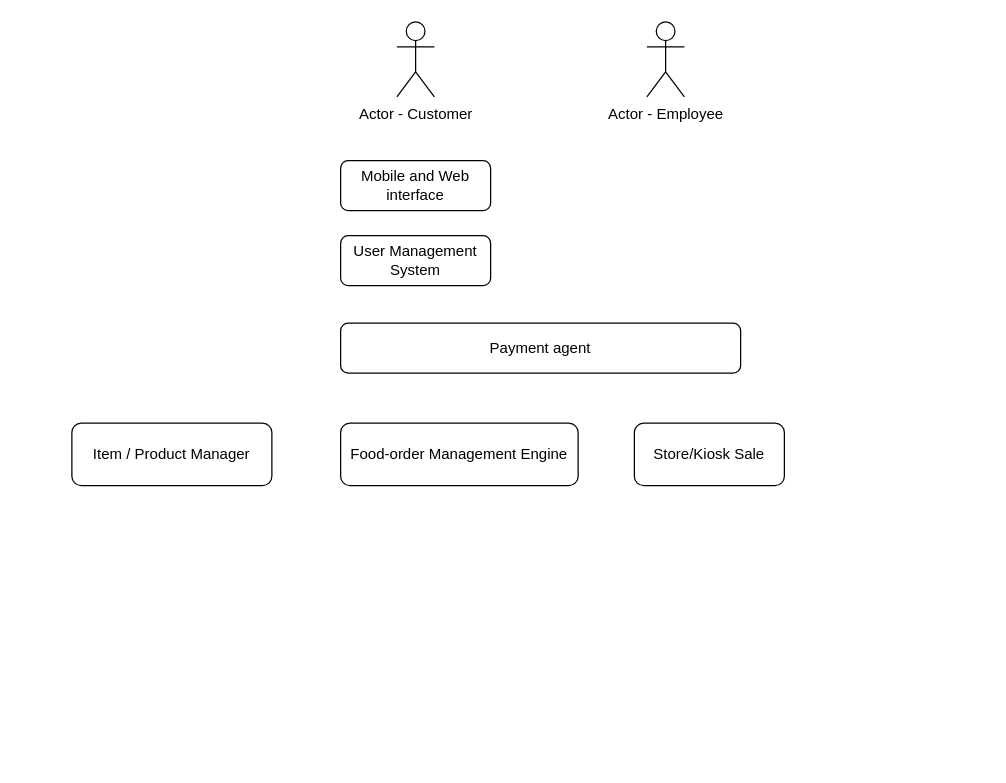
The draw.io diagram Farmacy_High_Level_Workflow.drawio in techstarskatas/sparklingstarskatas, before the edit. Source tidied: cells renumbered, new cells numbered last; positions are measured from the earlier drawing's top-left corner, leaving out a move shared by most shapes. Both pictures are drawn from the tidied source at 125%, with x=0, y=0 at pixel (71, 21).
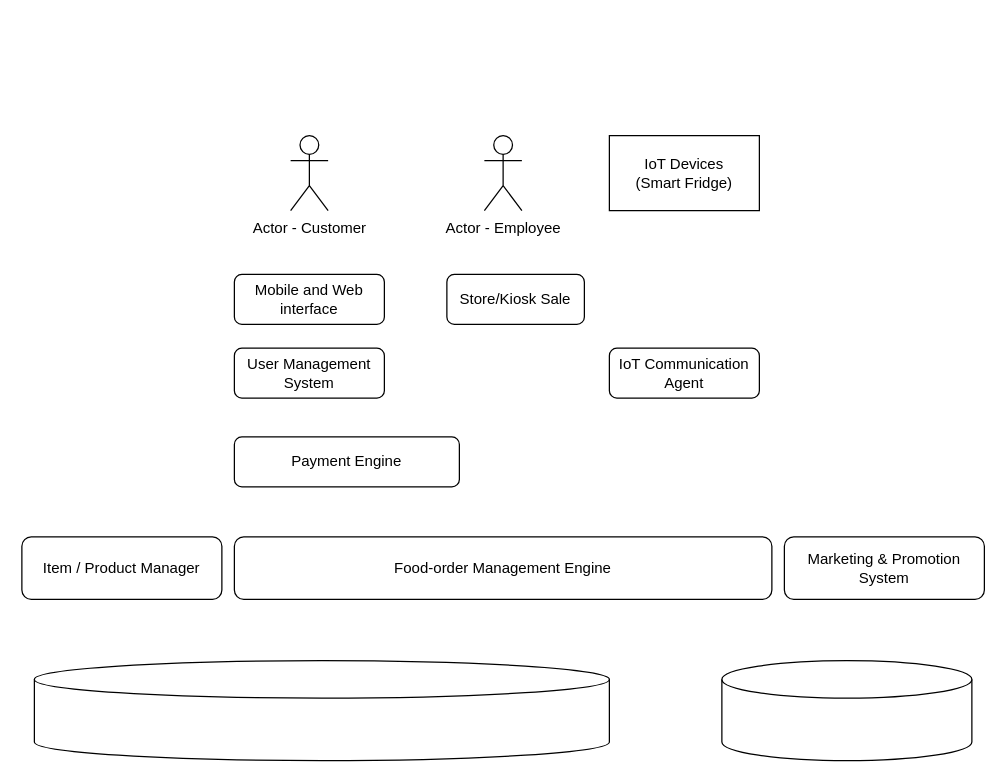
The same diagram, later.

Diff of the diagram source:
```diff
@@
 <mxGraphModel>
   <root>
     <mxCell id="0" />
     <mxCell id="1" parent="0" />
     <mxCell id="2" value="&lt;span&gt;Food-order Management Engine &lt;/span&gt;" style="rounded=1;whiteSpace=wrap;html=1;" parent="1" vertex="1">
-      <mxGeometry x="215" y="321" width="190" height="50" as="geometry" />
+      <mxGeometry x="130" y="412" width="430" height="50" as="geometry" />
     </mxCell>
     <mxCell id="3" value="Item / Product Manager" style="rounded=1;whiteSpace=wrap;html=1;" parent="1" vertex="1">
-      <mxGeometry y="321" width="160" height="50" as="geometry" />
+      <mxGeometry x="-40" y="412" width="160" height="50" as="geometry" />
     </mxCell>
     <mxCell id="4" value="User Management System" style="rounded=1;whiteSpace=wrap;html=1;" parent="1" vertex="1">
-      <mxGeometry x="215" y="171" width="120" height="40" as="geometry" />
+      <mxGeometry x="130" y="261" width="120" height="40" as="geometry" />
     </mxCell>
     <mxCell id="5" value="&lt;p&gt;&lt;span&gt;&lt;span&gt;&lt;/span&gt;&lt;/span&gt;&lt;span&gt;Mobile and Web interface&lt;/span&gt;&lt;/p&gt;" style="rounded=1;whiteSpace=wrap;html=1;" parent="1" vertex="1">
-      <mxGeometry x="215" y="111" width="120" height="40" as="geometry" />
+      <mxGeometry x="130" y="202" width="120" height="40" as="geometry" />
     </mxCell>
     <mxCell id="6" value="Actor - Customer" style="shape=umlActor;verticalLabelPosition=bottom;verticalAlign=top;html=1;" parent="1" vertex="1">
-      <mxGeometry x="260" width="30" height="60" as="geometry" />
+      <mxGeometry x="175" y="91" width="30" height="60" as="geometry" />
     </mxCell>
     <mxCell id="7" value="Actor - Employee" style="shape=umlActor;verticalLabelPosition=bottom;verticalAlign=top;html=1;" parent="1" vertex="1">
-      <mxGeometry x="460" width="30" height="60" as="geometry" />
+      <mxGeometry x="330" y="91" width="30" height="60" as="geometry" />
     </mxCell>
     <mxCell id="8" value="&lt;p&gt;&lt;span&gt;Store/Kiosk Sale&lt;/span&gt;&lt;/p&gt;" style="rounded=1;whiteSpace=wrap;html=1;" parent="1" vertex="1">
-      <mxGeometry x="450" y="321" width="120" height="50" as="geometry" />
+      <mxGeometry x="300" y="202" width="110" height="40" as="geometry" />
     </mxCell>
-    <mxCell id="9" value="&lt;p&gt;&lt;span&gt;Payment agent&lt;/span&gt;&lt;/p&gt;" style="rounded=1;whiteSpace=wrap;html=1;" parent="1" vertex="1">
-      <mxGeometry x="215" y="241" width="320" height="40" as="geometry" />
+    <mxCell id="9" value="&lt;p&gt;&lt;span&gt;Payment Engine&lt;/span&gt;&lt;/p&gt;" style="rounded=1;whiteSpace=wrap;html=1;" parent="1" vertex="1">
+      <mxGeometry x="130" y="332" width="180" height="40" as="geometry" />
     </mxCell>
+    <mxCell id="10" value="&lt;div&gt;IoT Devices&lt;/div&gt;&lt;div&gt;(Smart Fridge)&lt;br&gt;&lt;/div&gt;" style="rounded=0;whiteSpace=wrap;html=1;" parent="1" vertex="1">
+      <mxGeometry x="430" y="91" width="120" height="60" as="geometry" />
+    </mxCell>
+    <mxCell id="11" value="&lt;p&gt;&lt;span&gt;IoT Communication Agent&lt;/span&gt;&lt;/p&gt;" style="rounded=1;whiteSpace=wrap;html=1;" parent="1" vertex="1">
+      <mxGeometry x="430" y="261" width="120" height="40" as="geometry" />
+    </mxCell>
+    <mxCell id="12" value="Marketing &amp;amp; Promotion System" style="rounded=1;whiteSpace=wrap;html=1;" parent="1" vertex="1">
+      <mxGeometry x="570" y="412" width="160" height="50" as="geometry" />
+    </mxCell>
+    <mxCell id="13" style="shape=cylinder3;whiteSpace=wrap;html=1;boundedLbl=1;backgroundOutline=1;size=15;" parent="1" vertex="1">
+      <mxGeometry x="-30" y="511" width="460" height="80" as="geometry" />
+    </mxCell>
+    <mxCell id="14" style="shape=cylinder3;whiteSpace=wrap;html=1;boundedLbl=1;backgroundOutline=1;size=15;" parent="1" vertex="1">
+      <mxGeometry x="520" y="511" width="200" height="80" as="geometry" />
+    </mxCell>
   </root>
 </mxGraphModel>
```
